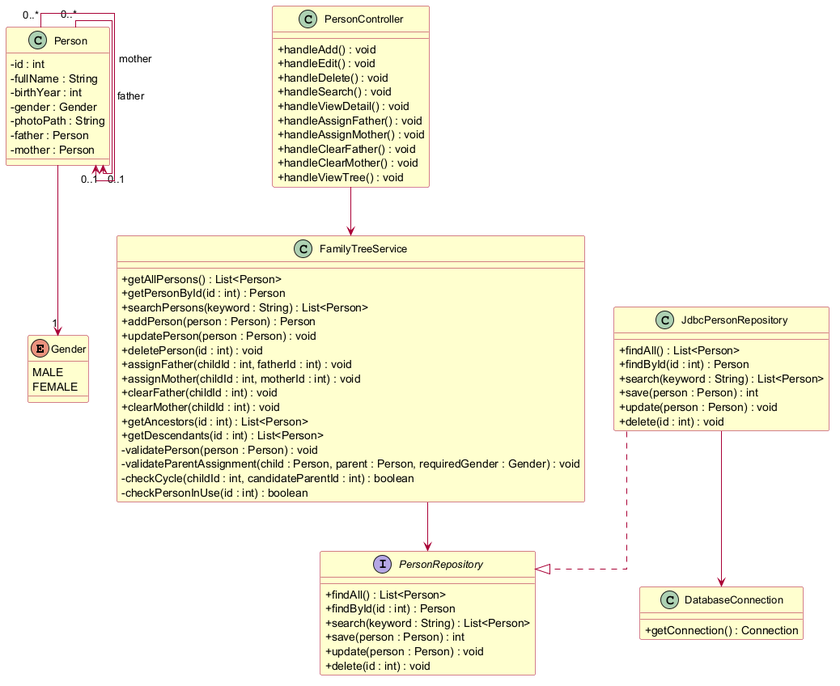
This is docs/uml/class-diagram.png from minhchien170704/do-an-gia-pha, a PlantUML export, as it was before one commit.
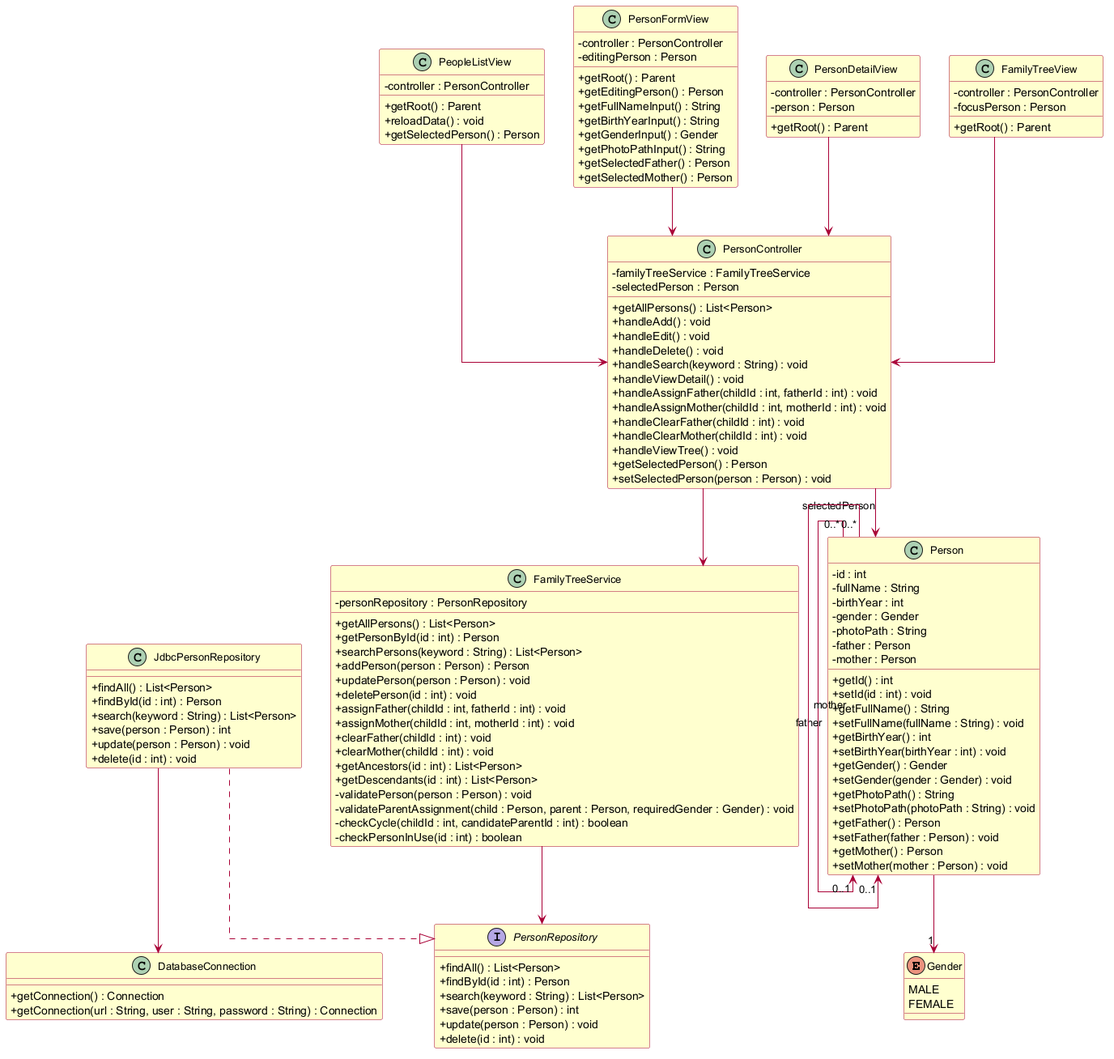
After the change.

Commit message:
docs(uml): align class diagram, README, and AGENTS guide with implementation (Phase 5.8-5.9)

The edit, as a diff of the source:
```diff
@@ -24,24 +24,77 @@
     - photoPath : String
     - father : Person
     - mother : Person
+    + getId() : int
+    + setId(id : int) : void
+    + getFullName() : String
+    + setFullName(fullName : String) : void
+    + getBirthYear() : int
+    + setBirthYear(birthYear : int) : void
+    + getGender() : Gender
+    + setGender(gender : Gender) : void
+    + getPhotoPath() : String
+    + setPhotoPath(photoPath : String) : void
+    + getFather() : Person
+    + setFather(father : Person) : void
+    + getMother() : Person
+    + setMother(mother : Person) : void
+}
+
+
+class PeopleListView {
+    - controller : PersonController
+    + getRoot() : Parent
+    + reloadData() : void
+    + getSelectedPerson() : Person
+}
+
+class PersonFormView {
+    - controller : PersonController
+    - editingPerson : Person
+    + getRoot() : Parent
+    + getEditingPerson() : Person
+    + getFullNameInput() : String
+    + getBirthYearInput() : String
+    + getGenderInput() : Gender
+    + getPhotoPathInput() : String
+    + getSelectedFather() : Person
+    + getSelectedMother() : Person
+}
+
+class PersonDetailView {
+    - controller : PersonController
+    - person : Person
+    + getRoot() : Parent
+}
+
+class FamilyTreeView {
+    - controller : PersonController
+    - focusPerson : Person
+    + getRoot() : Parent
 }
 
 
 class PersonController {
+    - familyTreeService : FamilyTreeService
+    - selectedPerson : Person
+    + getAllPersons() : List<Person>
     + handleAdd() : void
     + handleEdit() : void
     + handleDelete() : void
-    + handleSearch() : void
+    + handleSearch(keyword : String) : void
     + handleViewDetail() : void
-    + handleAssignFather() : void
-    + handleAssignMother() : void
-    + handleClearFather() : void
-    + handleClearMother() : void
+    + handleAssignFather(childId : int, fatherId : int) : void
+    + handleAssignMother(childId : int, motherId : int) : void
+    + handleClearFather(childId : int) : void
+    + handleClearMother(childId : int) : void
     + handleViewTree() : void
+    + getSelectedPerson() : Person
+    + setSelectedPerson(person : Person) : void
 }
 
 
 class FamilyTreeService {
+    - personRepository : PersonRepository
     + getAllPersons() : List<Person>
     + getPersonById(id : int) : Person
     + searchPersons(keyword : String) : List<Person>
@@ -82,18 +135,24 @@
 
 class DatabaseConnection {
     + getConnection() : Connection
+    + getConnection(url : String, user : String, password : String) : Connection
 }
 
 
+PeopleListView --> PersonController
+PersonFormView --> PersonController
+PersonDetailView --> PersonController
+FamilyTreeView --> PersonController
+
+PersonController --> FamilyTreeService
+PersonController --> Person : selectedPerson
+
+FamilyTreeService --> PersonRepository
+JdbcPersonRepository ..|> PersonRepository
+JdbcPersonRepository --> DatabaseConnection
+
 Person --> "1" Gender
-
 Person "0..*" --> "0..1" Person : father
 Person "0..*" --> "0..1" Person : mother
 
-JdbcPersonRepository ..|> PersonRepository
-
-PersonController --> FamilyTreeService
-FamilyTreeService --> PersonRepository
-JdbcPersonRepository --> DatabaseConnection
-
 @enduml
```
